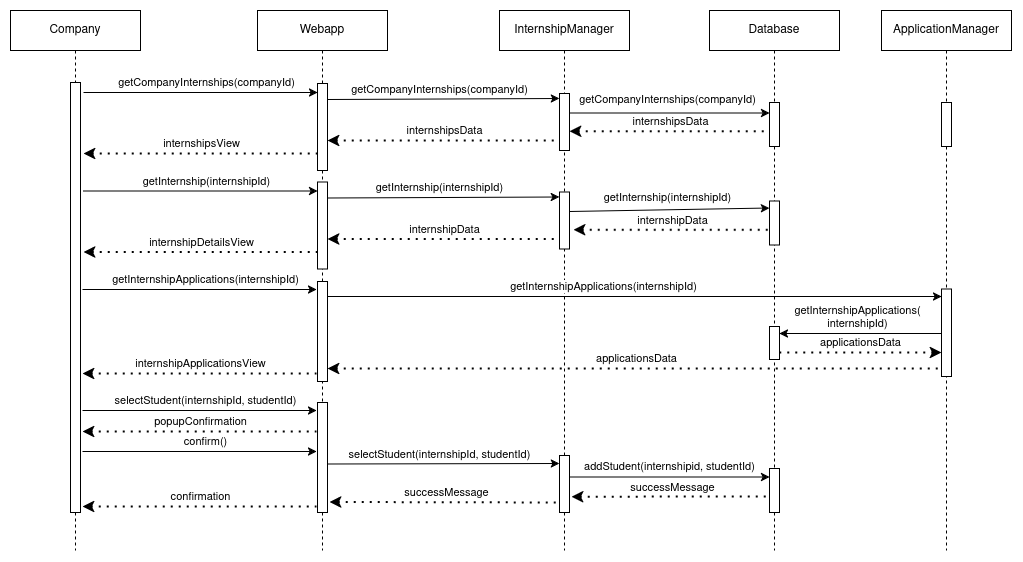
The draw.io diagram DD/images/sequenceDiagrams/CompanyAdmitsStudentToInternship.png in matteo-luraghi/IlardiLuraghi, before a commit. Source tidied: cells renumbered, new cells last; positions are measured from the earlier drawing's top-left corner, leaving out a move shared by most shapes.
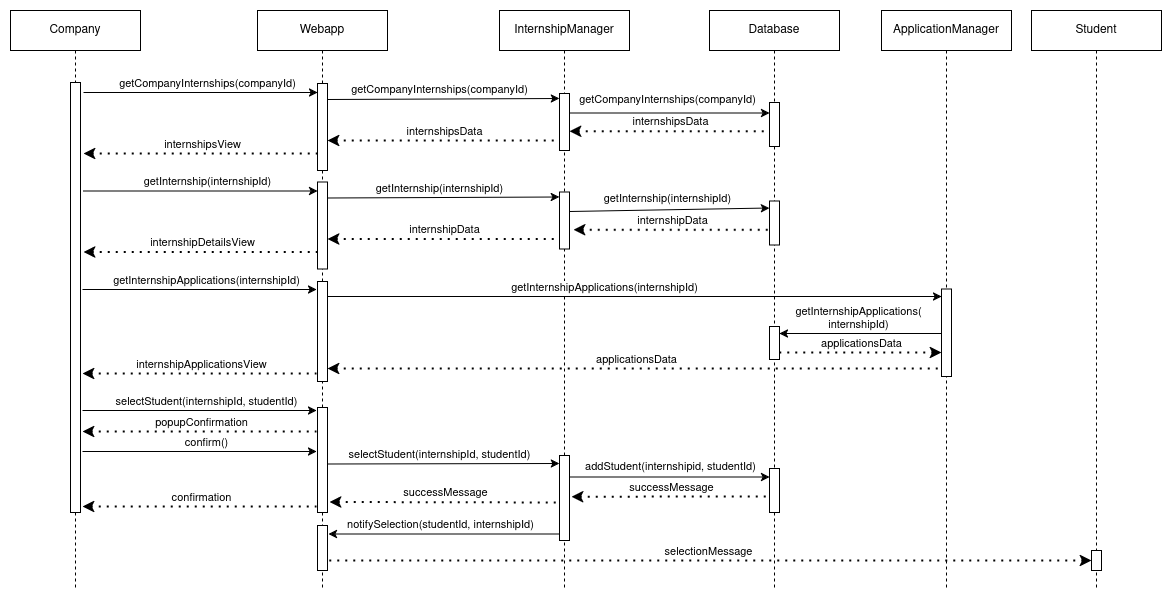
The same diagram one commit later.

Diff of the diagram source:
```diff
@@ -24,28 +24,31 @@
       </mxGeometry>
     </mxCell>
     <mxCell id="6" value="Webapp" style="shape=umlLifeline;perimeter=lifelinePerimeter;whiteSpace=wrap;html=1;newEdgeStyle={&quot;curved&quot;:0,&quot;rounded&quot;:0};" parent="1" vertex="1">
-      <mxGeometry x="247" width="130" height="540" as="geometry" />
+      <mxGeometry x="247" width="130" height="580" as="geometry" />
     </mxCell>
     <mxCell id="7" style="html=1;points=[[0,0,0,0,5],[0,1,0,0,-5],[1,0,0,0,5],[1,1,0,0,-5]];perimeter=orthogonalPerimeter;outlineConnect=0;targetShapes=umlLifeline;portConstraint=eastwest;newEdgeStyle={&quot;curved&quot;:0,&quot;rounded&quot;:0};" parent="6" vertex="1">
       <mxGeometry x="60" y="73" width="10" height="87" as="geometry" />
     </mxCell>
     <mxCell id="8" style="html=1;perimeter=orthogonalPerimeter;targetShapes=umlLifeline;newEdgeStyle={&quot;curved&quot;:0,&quot;rounded&quot;:0};" parent="6" vertex="1">
-      <mxGeometry x="60" y="392" width="10" height="110" as="geometry" />
+      <mxGeometry x="60" y="397" width="10" height="105" as="geometry" />
     </mxCell>
+    <mxCell id="73" style="html=1;perimeter=orthogonalPerimeter;targetShapes=umlLifeline;newEdgeStyle={&quot;curved&quot;:0,&quot;rounded&quot;:0};" parent="6" vertex="1">
+      <mxGeometry x="60" y="515" width="10" height="45" as="geometry" />
+    </mxCell>
     <mxCell id="9" value="Company" style="shape=umlLifeline;perimeter=lifelinePerimeter;whiteSpace=wrap;html=1;newEdgeStyle={&quot;curved&quot;:0,&quot;rounded&quot;:0};" parent="1" vertex="1">
-      <mxGeometry width="130" height="540" as="geometry" />
+      <mxGeometry width="130" height="580" as="geometry" />
     </mxCell>
     <mxCell id="10" style="html=1;perimeter=orthogonalPerimeter;targetShapes=umlLifeline;newEdgeStyle={&quot;curved&quot;:0,&quot;rounded&quot;:0};" parent="9" vertex="1">
       <mxGeometry x="60" y="72" width="10" height="430" as="geometry" />
     </mxCell>
     <mxCell id="11" value="InternshipManager" style="shape=umlLifeline;perimeter=lifelinePerimeter;whiteSpace=wrap;html=1;newEdgeStyle={&quot;curved&quot;:0,&quot;rounded&quot;:0};" parent="1" vertex="1">
-      <mxGeometry x="489" width="130" height="540" as="geometry" />
+      <mxGeometry x="489" width="130" height="580" as="geometry" />
     </mxCell>
     <mxCell id="12" style="html=1;points=[[0,0,0,0,5],[0,1,0,0,-5],[1,0,0,0,5],[1,1,0,0,-5]];perimeter=orthogonalPerimeter;outlineConnect=0;targetShapes=umlLifeline;portConstraint=eastwest;newEdgeStyle={&quot;curved&quot;:0,&quot;rounded&quot;:0};" parent="11" vertex="1">
       <mxGeometry x="60" y="83" width="10" height="57" as="geometry" />
     </mxCell>
     <mxCell id="13" style="html=1;perimeter=orthogonalPerimeter;targetShapes=umlLifeline;newEdgeStyle={&quot;curved&quot;:0,&quot;rounded&quot;:0};" parent="11" vertex="1">
-      <mxGeometry x="60" y="445" width="10" height="57" as="geometry" />
+      <mxGeometry x="60" y="445" width="10" height="85" as="geometry" />
     </mxCell>
     <mxCell id="14" style="endArrow=classic;html=1;rounded=0;entryX=0;entryY=0;entryDx=0;entryDy=5;entryPerimeter=0;" parent="1" edge="1" target="12">
       <mxGeometry relative="1" as="geometry">
@@ -58,7 +61,7 @@
       </mxGeometry>
     </mxCell>
     <mxCell id="16" value="Database" style="shape=umlLifeline;perimeter=lifelinePerimeter;whiteSpace=wrap;html=1;newEdgeStyle={&quot;curved&quot;:0,&quot;rounded&quot;:0};" parent="1" vertex="1">
-      <mxGeometry x="699" width="130" height="540" as="geometry" />
+      <mxGeometry x="699" width="130" height="580" as="geometry" />
     </mxCell>
     <mxCell id="17" style="html=1;points=[[0,0,0,0,5],[0,1,0,0,-5],[1,0,0,0,5],[1,1,0,0,-5]];perimeter=orthogonalPerimeter;outlineConnect=0;targetShapes=umlLifeline;portConstraint=eastwest;newEdgeStyle={&quot;curved&quot;:0,&quot;rounded&quot;:0};" parent="16" vertex="1">
       <mxGeometry x="60" y="92" width="10" height="44" as="geometry" />
@@ -165,11 +168,8 @@
       <mxGeometry x="657" y="187.1" as="geometry" />
     </mxCell>
     <mxCell id="40" value="ApplicationManager" style="shape=umlLifeline;perimeter=lifelinePerimeter;whiteSpace=wrap;html=1;newEdgeStyle={&quot;curved&quot;:0,&quot;rounded&quot;:0};" parent="1" vertex="1">
-      <mxGeometry x="871" width="130" height="540" as="geometry" />
+      <mxGeometry x="871" width="130" height="580" as="geometry" />
     </mxCell>
-    <mxCell id="41" style="html=1;perimeter=orthogonalPerimeter;targetShapes=umlLifeline;newEdgeStyle={&quot;curved&quot;:0,&quot;rounded&quot;:0};" parent="40" vertex="1">
-      <mxGeometry x="60" y="92" width="10" height="44" as="geometry" />
-    </mxCell>
     <mxCell id="42" style="html=1;points=[[0,0,0,0,5],[0,1,0,0,-5],[1,0,0,0,5],[1,1,0,0,-5]];perimeter=orthogonalPerimeter;outlineConnect=0;targetShapes=umlLifeline;portConstraint=eastwest;newEdgeStyle={&quot;curved&quot;:0,&quot;rounded&quot;:0};" parent="40" vertex="1">
       <mxGeometry x="60" y="278.5" width="10" height="87.5" as="geometry" />
     </mxCell>
@@ -331,5 +331,32 @@
         <mxPoint y="-10" as="offset" />
       </mxGeometry>
     </mxCell>
+    <mxCell id="74" style="endArrow=none;html=1;rounded=0;startArrow=classic;startFill=1;endFill=0;" parent="1" edge="1">
+      <mxGeometry relative="1" as="geometry">
+        <mxPoint x="318" y="523.5" as="sourcePoint" />
+        <mxPoint x="548" y="523.5" as="targetPoint" />
+      </mxGeometry>
+    </mxCell>
+    <mxCell id="75" value="notifySelection(studentId, internshipId)" style="edgeLabel;html=1;align=center;verticalAlign=middle;" parent="74" vertex="1">
+      <mxGeometry x="-0.14" y="2" relative="1" as="geometry">
+        <mxPoint x="12" y="-8" as="offset" />
+      </mxGeometry>
+    </mxCell>
+    <mxCell id="76" value="Student" style="shape=umlLifeline;perimeter=lifelinePerimeter;whiteSpace=wrap;html=1;newEdgeStyle={&quot;curved&quot;:0,&quot;rounded&quot;:0};" parent="1" vertex="1">
+      <mxGeometry x="1021" width="130" height="580" as="geometry" />
+    </mxCell>
+    <mxCell id="77" style="html=1;points=[[0,0,0,0,5],[0,1,0,0,-5],[1,0,0,0,5],[1,1,0,0,-5]];perimeter=orthogonalPerimeter;outlineConnect=0;targetShapes=umlLifeline;portConstraint=eastwest;newEdgeStyle={&quot;curved&quot;:0,&quot;rounded&quot;:0};" parent="76" vertex="1">
+      <mxGeometry x="60" y="540" width="10" height="20" as="geometry" />
+    </mxCell>
+    <mxCell id="78" style="endArrow=none;dashed=1;html=1;dashPattern=1 3;strokeWidth=2;rounded=0;endFill=0;startArrow=classic;startFill=1;" parent="1" edge="1" source="77">
+      <mxGeometry relative="1" as="geometry">
+        <mxPoint x="317" y="550" as="targetPoint" />
+      </mxGeometry>
+    </mxCell>
+    <mxCell id="79" value="selectionMessage" style="edgeLabel;html=1;align=center;verticalAlign=middle;" parent="78" vertex="1">
+      <mxGeometry relative="1" as="geometry">
+        <mxPoint y="-10" as="offset" />
+      </mxGeometry>
+    </mxCell>
   </root>
 </mxGraphModel>
```
